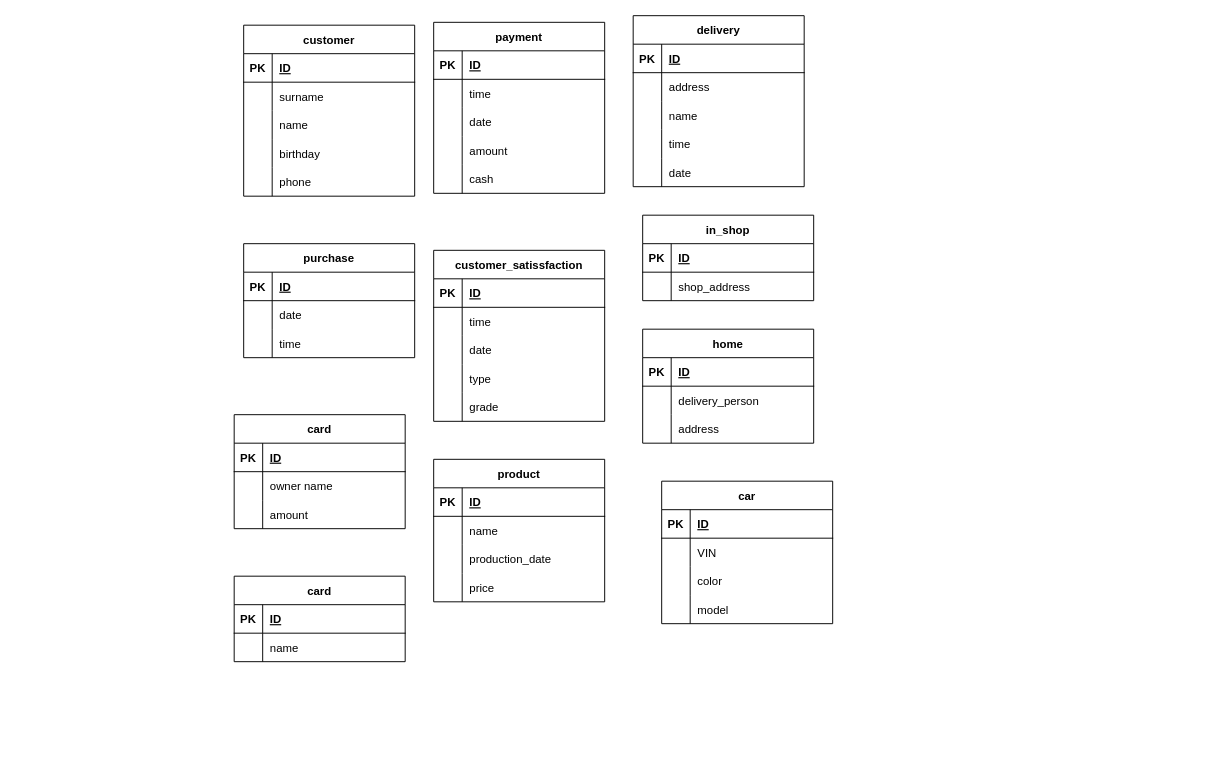
This is car_logical1.drawio from mohsenshahii/database, a draw.io file, before an edit. Source tidied: cells renumbered, new cells numbered last; positions are measured from the earlier drawing's top-left corner, leaving out a move shared by most shapes. Both pictures are drawn from the tidied source at 95%, with x=0, y=0 at pixel (234, 15).
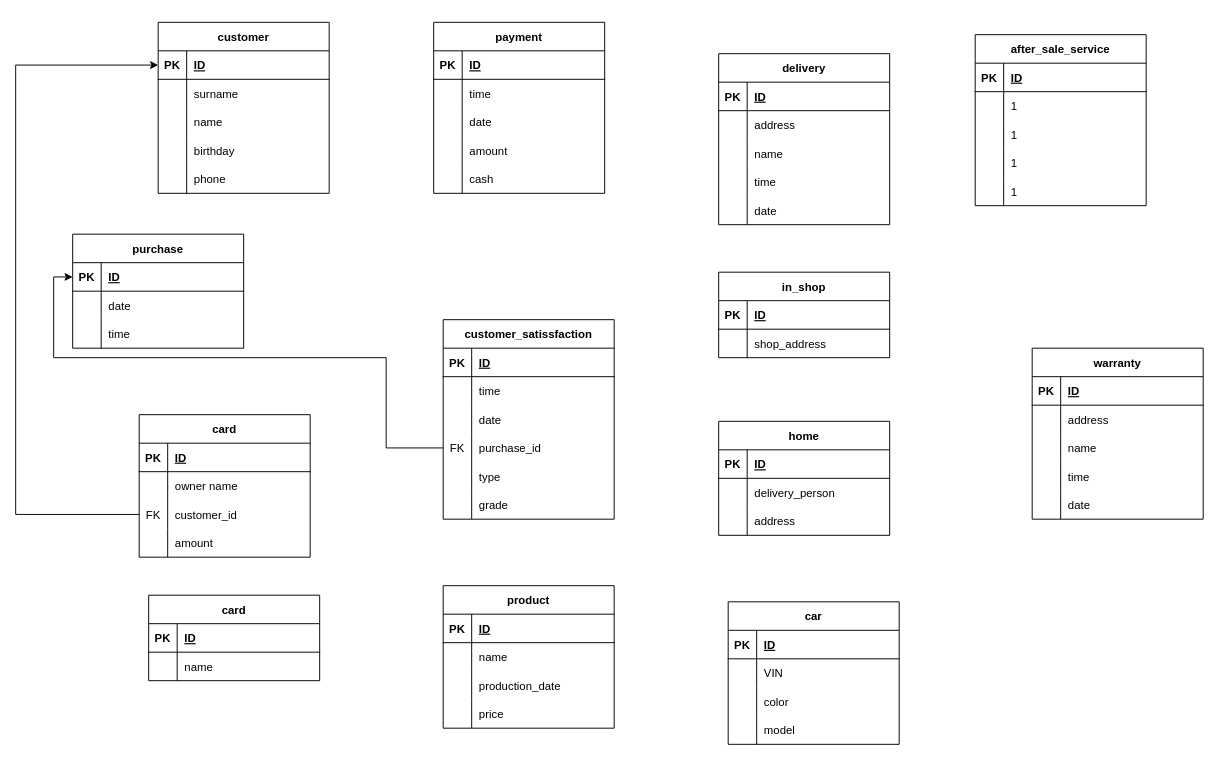
After the change.

Unchanged cells that the change refers to:
```xml
<mxCell id="3" style="shape=tableRow;horizontal=0;startSize=0;swimlaneHead=0;swimlaneBody=0;fillColor=none;points=[[0,0.5],[1,0.5]];portConstraint=eastwest;top=0;left=0;right=0;bottom=1;" parent="2" vertex="1">
  <mxGeometry y="30" width="180" height="30" as="geometry" />
</mxCell>
<mxCell id="35" style="shape=tableRow;horizontal=0;startSize=0;swimlaneHead=0;swimlaneBody=0;fillColor=none;points=[[0,0.5],[1,0.5]];portConstraint=eastwest;top=0;left=0;right=0;bottom=1;" parent="34" vertex="1">
  <mxGeometry y="30" width="180" height="30" as="geometry" />
</mxCell>
```

Change to the diagram source:
```diff
@@
     <mxCell id="2" value="customer" style="shape=table;startSize=30;childLayout=tableLayout;rowLines=0;fontStyle=1;align=center;" parent="1" vertex="1">
-      <mxGeometry x="10" y="10" width="180" height="180" as="geometry" />
+      <mxGeometry x="-80" y="7" width="180" height="180" as="geometry" />
     </mxCell>
@@
     <mxCell id="18" value="customer_satissfaction" style="shape=table;startSize=30;childLayout=tableLayout;rowLines=0;fontStyle=1;align=center;" parent="1" vertex="1">
-      <mxGeometry x="210" y="247" width="180" height="180" as="geometry" />
+      <mxGeometry x="220" y="320" width="180" height="210" as="geometry" />
     </mxCell>
@@
+    <mxCell id="136" style="shape=tableRow;horizontal=0;startSize=0;swimlaneHead=0;swimlaneBody=0;fillColor=none;points=[[0,0.5],[1,0.5]];portConstraint=eastwest;top=0;left=0;right=0;bottom=0;" parent="18" vertex="1">
+      <mxGeometry y="120" width="180" height="30" as="geometry" />
+    </mxCell>
+    <mxCell id="137" value="FK" style="shape=partialRectangle;fillColor=none;top=0;left=0;bottom=0;right=0;fontStyle=0;overflow=hidden;" parent="136" vertex="1">
+      <mxGeometry width="30" height="30" as="geometry" />
+    </mxCell>
+    <mxCell id="138" value="purchase_id" style="shape=partialRectangle;fillColor=none;top=0;left=0;bottom=0;right=0;align=left;spacingLeft=6;fontStyle=0;overflow=hidden;" parent="136" vertex="1">
+      <mxGeometry x="30" width="150" height="30" as="geometry" />
+    </mxCell>
     <mxCell id="28" style="shape=tableRow;horizontal=0;startSize=0;swimlaneHead=0;swimlaneBody=0;fillColor=none;top=0;left=0;right=0;bottom=0;" parent="18" vertex="1">
-      <mxGeometry y="120" width="180" height="30" as="geometry" />
+      <mxGeometry y="150" width="180" height="30" as="geometry" />
     </mxCell>
@@
     <mxCell id="31" style="shape=tableRow;horizontal=0;startSize=0;swimlaneHead=0;swimlaneBody=0;fillColor=none;top=0;left=0;right=0;bottom=0;" parent="18" vertex="1">
-      <mxGeometry y="150" width="180" height="30" as="geometry" />
+      <mxGeometry y="180" width="180" height="30" as="geometry" />
     </mxCell>
@@
     <mxCell id="34" value="purchase" style="shape=table;startSize=30;childLayout=tableLayout;rowLines=0;fontStyle=1;align=center;" parent="1" vertex="1">
-      <mxGeometry x="10" y="240" width="180" height="120" as="geometry" />
+      <mxGeometry x="-170" y="230" width="180" height="120" as="geometry" />
     </mxCell>
@@
     <mxCell id="60" value="card" style="shape=table;startSize=30;childLayout=tableLayout;rowLines=0;fontStyle=1;align=center;" parent="1" vertex="1">
-      <mxGeometry y="420" width="180" height="120" as="geometry" />
+      <mxGeometry x="-100" y="420" width="180" height="150" as="geometry" />
     </mxCell>
@@
+    <mxCell id="139" style="shape=tableRow;horizontal=0;startSize=0;swimlaneHead=0;swimlaneBody=0;fillColor=none;points=[[0,0.5],[1,0.5]];portConstraint=eastwest;top=0;left=0;right=0;bottom=0;" parent="60" vertex="1">
+      <mxGeometry y="90" width="180" height="30" as="geometry" />
+    </mxCell>
+    <mxCell id="140" value="FK" style="shape=partialRectangle;fillColor=none;top=0;left=0;bottom=0;right=0;fontStyle=0;overflow=hidden;" parent="139" vertex="1">
+      <mxGeometry width="30" height="30" as="geometry" />
+    </mxCell>
+    <mxCell id="141" value="customer_id" style="shape=partialRectangle;fillColor=none;top=0;left=0;bottom=0;right=0;align=left;spacingLeft=6;fontStyle=0;overflow=hidden;" parent="139" vertex="1">
+      <mxGeometry x="30" width="150" height="30" as="geometry" />
+    </mxCell>
     <mxCell id="67" style="shape=tableRow;horizontal=0;startSize=0;swimlaneHead=0;swimlaneBody=0;fillColor=none;top=0;left=0;right=0;bottom=0;" parent="60" vertex="1">
-      <mxGeometry y="90" width="180" height="30" as="geometry" />
+      <mxGeometry y="120" width="180" height="30" as="geometry" />
     </mxCell>
@@
     <mxCell id="70" value="delivery" style="shape=table;startSize=30;childLayout=tableLayout;rowLines=0;fontStyle=1;align=center;" parent="1" vertex="1">
-      <mxGeometry x="420" width="180" height="180" as="geometry" />
+      <mxGeometry x="510" y="40" width="180" height="180" as="geometry" />
     </mxCell>
@@
     <mxCell id="86" value="in_shop" style="shape=table;startSize=30;childLayout=tableLayout;rowLines=0;fontStyle=1;align=center;" parent="1" vertex="1">
-      <mxGeometry x="430" y="210" width="180" height="90" as="geometry" />
+      <mxGeometry x="510" y="270" width="180" height="90" as="geometry" />
     </mxCell>
@@
     <mxCell id="93" value="home" style="shape=table;startSize=30;childLayout=tableLayout;rowLines=0;fontStyle=1;align=center;" parent="1" vertex="1">
-      <mxGeometry x="430" y="330" width="180" height="120" as="geometry" />
+      <mxGeometry x="510" y="427" width="180" height="120" as="geometry" />
     </mxCell>
@@
     <mxCell id="103" value="product" style="shape=table;startSize=30;childLayout=tableLayout;rowLines=0;fontStyle=1;align=center;" parent="1" vertex="1">
-      <mxGeometry x="210" y="467" width="180" height="150" as="geometry" />
+      <mxGeometry x="220" y="600" width="180" height="150" as="geometry" />
     </mxCell>
@@
     <mxCell id="116" value="car" style="shape=table;startSize=30;childLayout=tableLayout;rowLines=0;fontStyle=1;align=center;" parent="1" vertex="1">
-      <mxGeometry x="450" y="490" width="180" height="150" as="geometry" />
+      <mxGeometry x="520" y="617" width="180" height="150" as="geometry" />
     </mxCell>
@@
     <mxCell id="129" value="card" style="shape=table;startSize=30;childLayout=tableLayout;rowLines=0;fontStyle=1;align=center;" parent="1" vertex="1">
-      <mxGeometry y="590" width="180" height="90" as="geometry" />
+      <mxGeometry x="-90" y="610" width="180" height="90" as="geometry" />
     </mxCell>
@@
+    <mxCell id="142" value="after_sale_service" style="shape=table;startSize=30;childLayout=tableLayout;rowLines=0;fontStyle=1;align=center;" parent="1" vertex="1">
+      <mxGeometry x="780" y="20" width="180" height="180" as="geometry" />
+    </mxCell>
+    <mxCell id="143" style="shape=tableRow;horizontal=0;startSize=0;swimlaneHead=0;swimlaneBody=0;fillColor=none;top=0;left=0;right=0;bottom=1;" parent="142" vertex="1">
+      <mxGeometry y="30" width="180" height="30" as="geometry" />
+    </mxCell>
+    <mxCell id="144" value="PK" style="shape=partialRectangle;fillColor=none;top=0;left=0;bottom=0;right=0;fontStyle=1;overflow=hidden;" parent="143" vertex="1">
+      <mxGeometry width="30" height="30" as="geometry" />
+    </mxCell>
+    <mxCell id="145" value="ID" style="shape=partialRectangle;fillColor=none;top=0;left=0;bottom=0;right=0;align=left;spacingLeft=6;fontStyle=5;overflow=hidden;" parent="143" vertex="1">
+      <mxGeometry x="30" width="150" height="30" as="geometry" />
+    </mxCell>
+    <mxCell id="146" style="shape=tableRow;horizontal=0;startSize=0;swimlaneHead=0;swimlaneBody=0;fillColor=none;top=0;left=0;right=0;bottom=0;" parent="142" vertex="1">
+      <mxGeometry y="60" width="180" height="30" as="geometry" />
+    </mxCell>
+    <mxCell id="147" style="shape=partialRectangle;fillColor=none;top=0;left=0;bottom=0;right=0;overflow=hidden;" parent="146" vertex="1">
+      <mxGeometry width="30" height="30" as="geometry" />
+    </mxCell>
+    <mxCell id="148" value="1" style="shape=partialRectangle;fillColor=none;top=0;left=0;bottom=0;right=0;align=left;spacingLeft=6;overflow=hidden;" parent="146" vertex="1">
+      <mxGeometry x="30" width="150" height="30" as="geometry" />
+    </mxCell>
+    <mxCell id="149" style="shape=tableRow;horizontal=0;startSize=0;swimlaneHead=0;swimlaneBody=0;fillColor=none;top=0;left=0;right=0;bottom=0;" parent="142" vertex="1">
+      <mxGeometry y="90" width="180" height="30" as="geometry" />
+    </mxCell>
+    <mxCell id="150" style="shape=partialRectangle;fillColor=none;top=0;left=0;bottom=0;right=0;overflow=hidden;" parent="149" vertex="1">
+      <mxGeometry width="30" height="30" as="geometry" />
+    </mxCell>
+    <mxCell id="151" value="1" style="shape=partialRectangle;fillColor=none;top=0;left=0;bottom=0;right=0;align=left;spacingLeft=6;overflow=hidden;" parent="149" vertex="1">
+      <mxGeometry x="30" width="150" height="30" as="geometry" />
+    </mxCell>
+    <mxCell id="152" style="shape=tableRow;horizontal=0;startSize=0;swimlaneHead=0;swimlaneBody=0;fillColor=none;top=0;left=0;right=0;bottom=0;" parent="142" vertex="1">
+      <mxGeometry y="120" width="180" height="30" as="geometry" />
+    </mxCell>
+    <mxCell id="153" style="shape=partialRectangle;fillColor=none;top=0;left=0;bottom=0;right=0;overflow=hidden;" parent="152" vertex="1">
+      <mxGeometry width="30" height="30" as="geometry" />
+    </mxCell>
+    <mxCell id="154" value="1" style="shape=partialRectangle;fillColor=none;top=0;left=0;bottom=0;right=0;align=left;spacingLeft=6;overflow=hidden;" parent="152" vertex="1">
+      <mxGeometry x="30" width="150" height="30" as="geometry" />
+    </mxCell>
+    <mxCell id="155" style="shape=tableRow;horizontal=0;startSize=0;swimlaneHead=0;swimlaneBody=0;fillColor=none;top=0;left=0;right=0;bottom=0;" parent="142" vertex="1">
+      <mxGeometry y="150" width="180" height="30" as="geometry" />
+    </mxCell>
+    <mxCell id="156" style="shape=partialRectangle;fillColor=none;top=0;left=0;bottom=0;right=0;overflow=hidden;" parent="155" vertex="1">
+      <mxGeometry width="30" height="30" as="geometry" />
+    </mxCell>
+    <mxCell id="157" value="1" style="shape=partialRectangle;fillColor=none;top=0;left=0;bottom=0;right=0;align=left;spacingLeft=6;overflow=hidden;" parent="155" vertex="1">
+      <mxGeometry x="30" width="150" height="30" as="geometry" />
+    </mxCell>
+    <mxCell id="158" value="warranty" style="shape=table;startSize=30;childLayout=tableLayout;rowLines=0;fontStyle=1;align=center;" parent="1" vertex="1">
+      <mxGeometry x="840" y="350" width="180" height="180" as="geometry" />
+    </mxCell>
+    <mxCell id="159" style="shape=tableRow;horizontal=0;startSize=0;swimlaneHead=0;swimlaneBody=0;fillColor=none;top=0;left=0;right=0;bottom=1;" parent="158" vertex="1">
+      <mxGeometry y="30" width="180" height="30" as="geometry" />
+    </mxCell>
+    <mxCell id="160" value="PK" style="shape=partialRectangle;fillColor=none;top=0;left=0;bottom=0;right=0;fontStyle=1;overflow=hidden;" parent="159" vertex="1">
+      <mxGeometry width="30" height="30" as="geometry" />
+    </mxCell>
+    <mxCell id="161" value="ID" style="shape=partialRectangle;fillColor=none;top=0;left=0;bottom=0;right=0;align=left;spacingLeft=6;fontStyle=5;overflow=hidden;" parent="159" vertex="1">
+      <mxGeometry x="30" width="150" height="30" as="geometry" />
+    </mxCell>
+    <mxCell id="162" style="shape=tableRow;horizontal=0;startSize=0;swimlaneHead=0;swimlaneBody=0;fillColor=none;top=0;left=0;right=0;bottom=0;" parent="158" vertex="1">
+      <mxGeometry y="60" width="180" height="30" as="geometry" />
+    </mxCell>
+    <mxCell id="163" style="shape=partialRectangle;fillColor=none;top=0;left=0;bottom=0;right=0;overflow=hidden;" parent="162" vertex="1">
+      <mxGeometry width="30" height="30" as="geometry" />
+    </mxCell>
+    <mxCell id="164" value="address" style="shape=partialRectangle;fillColor=none;top=0;left=0;bottom=0;right=0;align=left;spacingLeft=6;overflow=hidden;" parent="162" vertex="1">
+      <mxGeometry x="30" width="150" height="30" as="geometry" />
+    </mxCell>
+    <mxCell id="165" style="shape=tableRow;horizontal=0;startSize=0;swimlaneHead=0;swimlaneBody=0;fillColor=none;top=0;left=0;right=0;bottom=0;" parent="158" vertex="1">
+      <mxGeometry y="90" width="180" height="30" as="geometry" />
+    </mxCell>
+    <mxCell id="166" style="shape=partialRectangle;fillColor=none;top=0;left=0;bottom=0;right=0;overflow=hidden;" parent="165" vertex="1">
+      <mxGeometry width="30" height="30" as="geometry" />
+    </mxCell>
+    <mxCell id="167" value="name" style="shape=partialRectangle;fillColor=none;top=0;left=0;bottom=0;right=0;align=left;spacingLeft=6;overflow=hidden;" parent="165" vertex="1">
+      <mxGeometry x="30" width="150" height="30" as="geometry" />
+    </mxCell>
+    <mxCell id="168" style="shape=tableRow;horizontal=0;startSize=0;swimlaneHead=0;swimlaneBody=0;fillColor=none;top=0;left=0;right=0;bottom=0;" parent="158" vertex="1">
+      <mxGeometry y="120" width="180" height="30" as="geometry" />
+    </mxCell>
+    <mxCell id="169" style="shape=partialRectangle;fillColor=none;top=0;left=0;bottom=0;right=0;overflow=hidden;" parent="168" vertex="1">
+      <mxGeometry width="30" height="30" as="geometry" />
+    </mxCell>
+    <mxCell id="170" value="time" style="shape=partialRectangle;fillColor=none;top=0;left=0;bottom=0;right=0;align=left;spacingLeft=6;overflow=hidden;" parent="168" vertex="1">
+      <mxGeometry x="30" width="150" height="30" as="geometry" />
+    </mxCell>
+    <mxCell id="171" style="shape=tableRow;horizontal=0;startSize=0;swimlaneHead=0;swimlaneBody=0;fillColor=none;top=0;left=0;right=0;bottom=0;" parent="158" vertex="1">
+      <mxGeometry y="150" width="180" height="30" as="geometry" />
+    </mxCell>
+    <mxCell id="172" style="shape=partialRectangle;fillColor=none;top=0;left=0;bottom=0;right=0;overflow=hidden;" parent="171" vertex="1">
+      <mxGeometry width="30" height="30" as="geometry" />
+    </mxCell>
+    <mxCell id="173" value="date" style="shape=partialRectangle;fillColor=none;top=0;left=0;bottom=0;right=0;align=left;spacingLeft=6;overflow=hidden;" parent="171" vertex="1">
+      <mxGeometry x="30" width="150" height="30" as="geometry" />
+    </mxCell>
+    <mxCell id="174" style="edgeStyle=orthogonalEdgeStyle;rounded=0;jettySize=auto;html=1;exitX=0;exitY=0.5;exitDx=0;exitDy=0;entryX=0;entryY=0.5;entryDx=0;entryDy=0;" parent="1" edge="1" source="139" target="3">
+      <mxGeometry relative="1" as="geometry">
+        <Array as="points">
+          <mxPoint x="-230" y="525" />
+          <mxPoint x="-230" y="52" />
+        </Array>
+      </mxGeometry>
+    </mxCell>
+    <mxCell id="175" style="edgeStyle=orthogonalEdgeStyle;rounded=0;jettySize=auto;html=1;exitX=0;exitY=0.5;exitDx=0;exitDy=0;entryX=0;entryY=0.5;entryDx=0;entryDy=0;" parent="1" edge="1" source="136" target="35">
+      <mxGeometry relative="1" as="geometry">
+        <Array as="points">
+          <mxPoint x="160" y="455" />
+          <mxPoint x="160" y="360" />
+          <mxPoint x="-190" y="360" />
+          <mxPoint x="-190" y="275" />
+        </Array>
+      </mxGeometry>
+    </mxCell>
```
